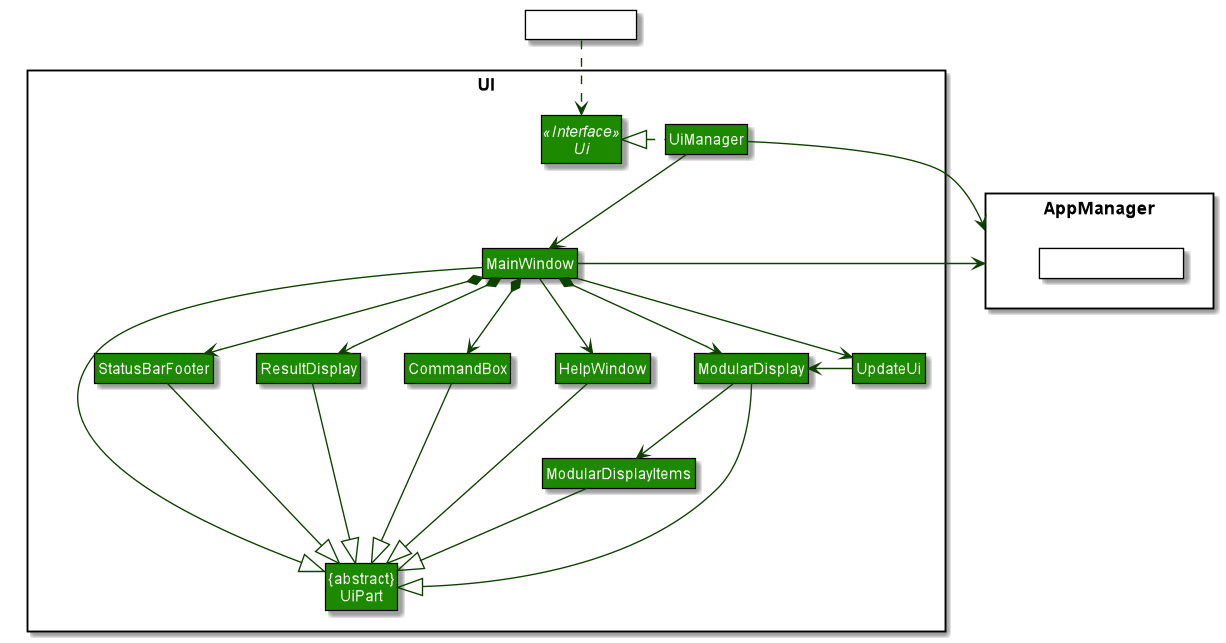
Above: docs/images/UiClassDiagram.png in nus-cs2103-AY1920S1/addressbook-level3 (PlantUML), before the change.
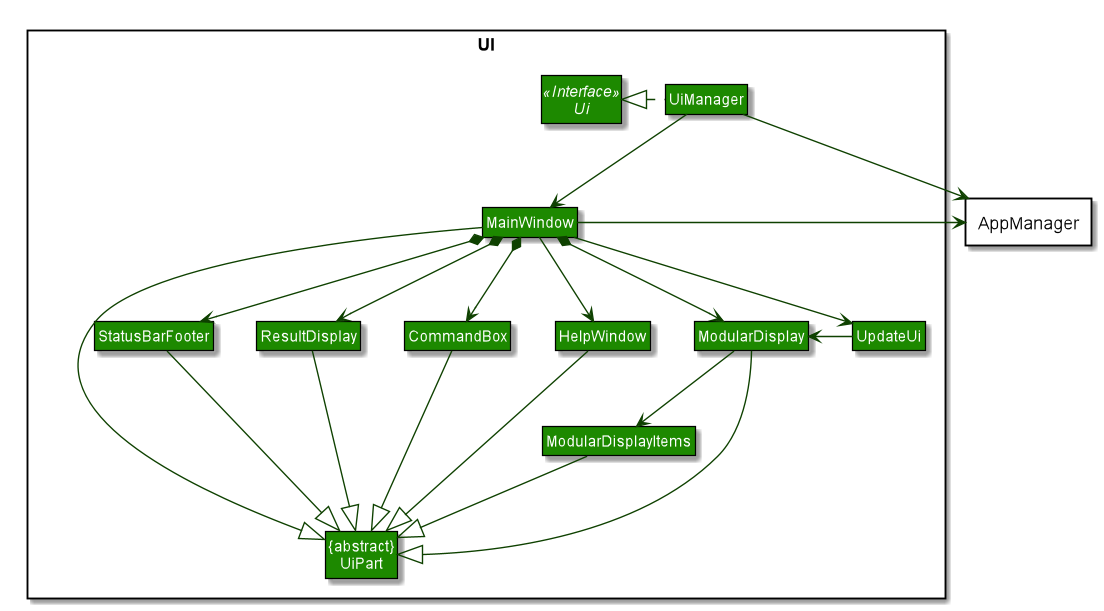
The same file after the commit.

Commit message:
Changed Ui diagrams to adapt to new shadowing

What changed in the source:
```diff
@@ -74,11 +74,7 @@
 }
 
 package AppManager <<Rectangle>> {
-Class HiddenAppManager #FFFFFF
 }
-
-Class HiddenOutside #FFFFFF
-HiddenOutside ..> Ui
 
 UiManager .left.|> Ui
 UiManager -down-> MainWindow
```
